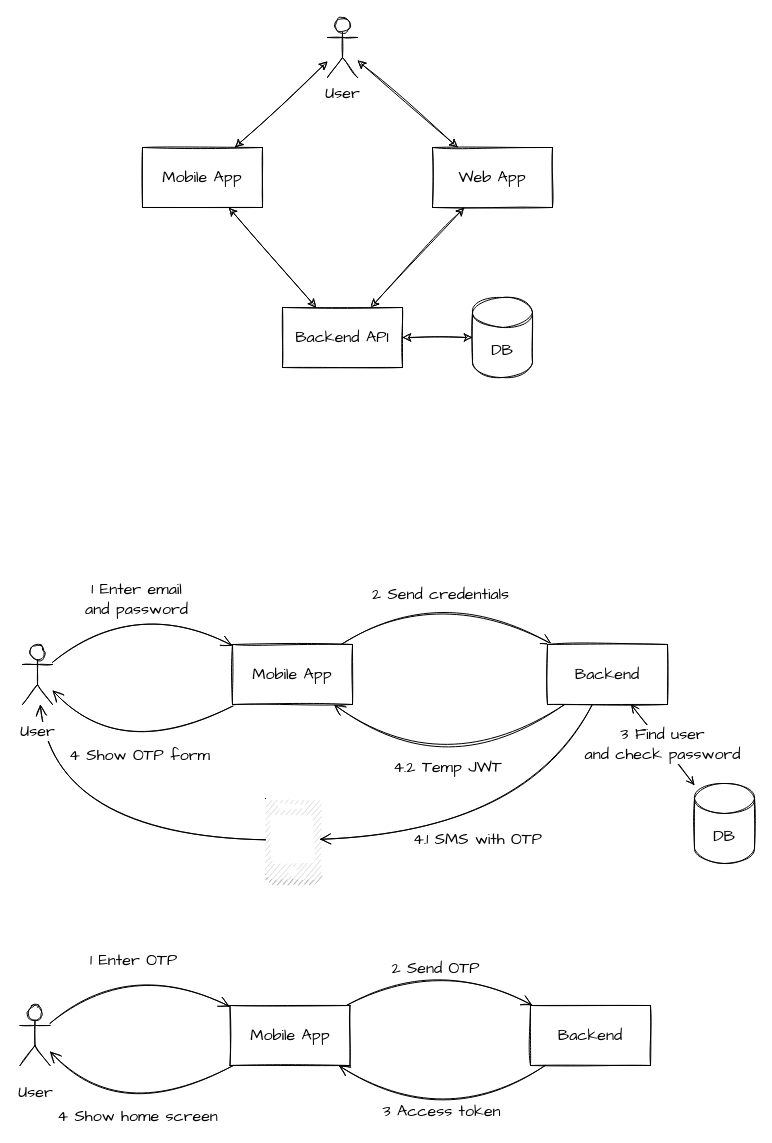
zatsepinvl/whatsclub keeps this draw.io diagram as page "Archirecture" (1 of 2) of whatsclub.drawio. Above is the earlier version. Source tidied: cells renumbered, new cells numbered last; positions are measured from the earlier drawing's top-left corner, leaving out a move shared by most shapes. Both pictures are drawn from the tidied source at 100%, with x=0, y=0 at pixel (20, 17).
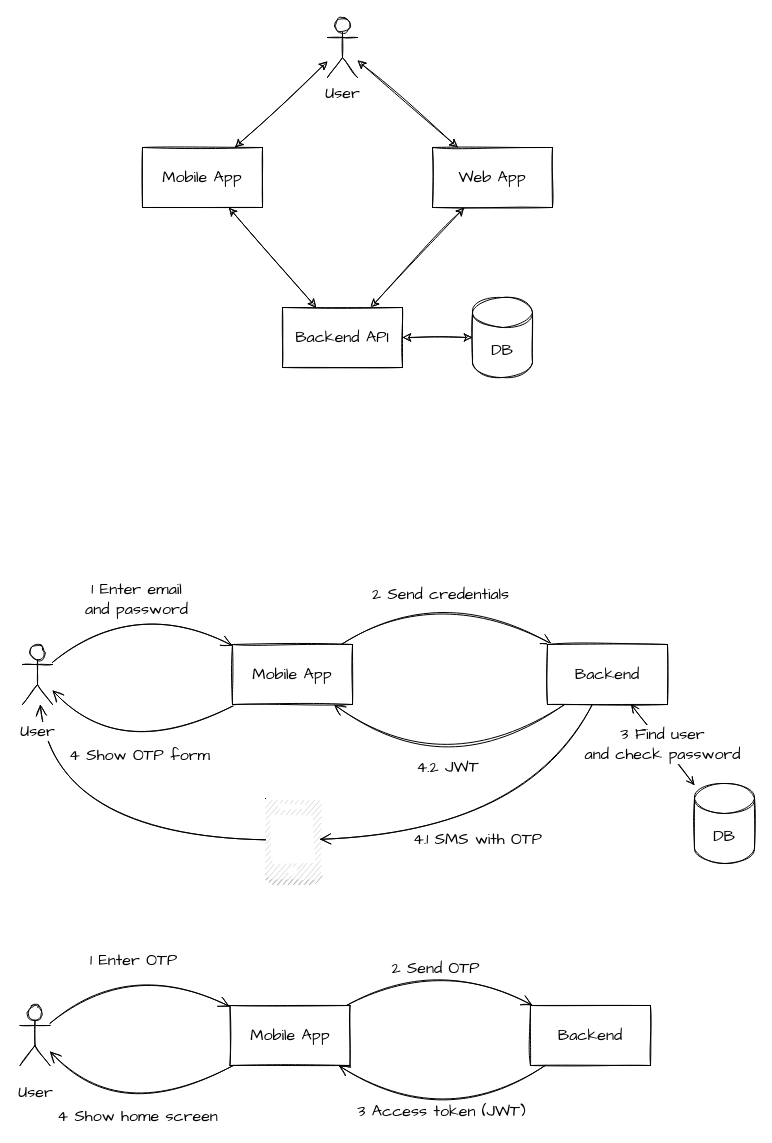
The same diagram, later.

The change refers to these unchanged cells:
```xml
<mxCell id="15" value="Mobile App" style="rounded=0;whiteSpace=wrap;html=1;sketch=1;fontFamily=Comic Sans MS;fontSize=16;" parent="1" vertex="1">
  <mxGeometry x="212" y="627" width="120" height="60" as="geometry" />
</mxCell>
<mxCell id="18" value="Backend" style="rounded=0;whiteSpace=wrap;html=1;sketch=1;fontFamily=Comic Sans MS;fontSize=16;" parent="1" vertex="1">
  <mxGeometry x="527" y="627" width="120" height="60" as="geometry" />
</mxCell>
<mxCell id="25" value="Mobile App" style="rounded=0;whiteSpace=wrap;html=1;sketch=1;fontFamily=Comic Sans MS;fontSize=16;" parent="1" vertex="1">
  <mxGeometry x="209.5" y="988" width="120" height="60" as="geometry" />
</mxCell>
<mxCell id="27" value="Backend" style="rounded=0;whiteSpace=wrap;html=1;sketch=1;fontFamily=Comic Sans MS;fontSize=16;" parent="1" vertex="1">
  <mxGeometry x="510" y="988" width="120" height="60" as="geometry" />
</mxCell>
```

What changed in the source:
```diff
@@
-    <mxCell id="2" value="4.2 Temp JWT" style="edgeStyle=none;curved=1;sketch=1;jettySize=auto;html=1;endArrow=open;endFill=0;endSize=9;fontFamily=Comic Sans MS;fontSize=16;" parent="1" edge="1" source="18" target="15">
+    <mxCell id="2" value="4.2 JWT" style="edgeStyle=none;curved=1;sketch=1;jettySize=auto;html=1;endArrow=open;endFill=0;endSize=9;fontFamily=Comic Sans MS;fontSize=16;" parent="1" edge="1" source="18" target="15">
       <mxGeometry x="0.09" y="-15" relative="1" as="geometry">
         <Array as="points">
           <mxPoint x="427" y="769" />
         </Array>
       </mxGeometry>
     </mxCell>
@@
-    <mxCell id="22" value="3 Access token" style="edgeStyle=none;curved=1;sketch=1;jettySize=auto;html=1;endArrow=open;endFill=0;endSize=9;fontFamily=Comic Sans MS;fontSize=16;" parent="1" edge="1" source="27" target="25">
+    <mxCell id="22" value="3 Access token (JWT)" style="edgeStyle=none;curved=1;sketch=1;jettySize=auto;html=1;endArrow=open;endFill=0;endSize=9;fontFamily=Comic Sans MS;fontSize=16;" parent="1" edge="1" source="27" target="25">
       <mxGeometry x="0.09" y="-15" relative="1" as="geometry">
         <Array as="points">
           <mxPoint x="425" y="1114" />
         </Array>
       </mxGeometry>
     </mxCell>
```
